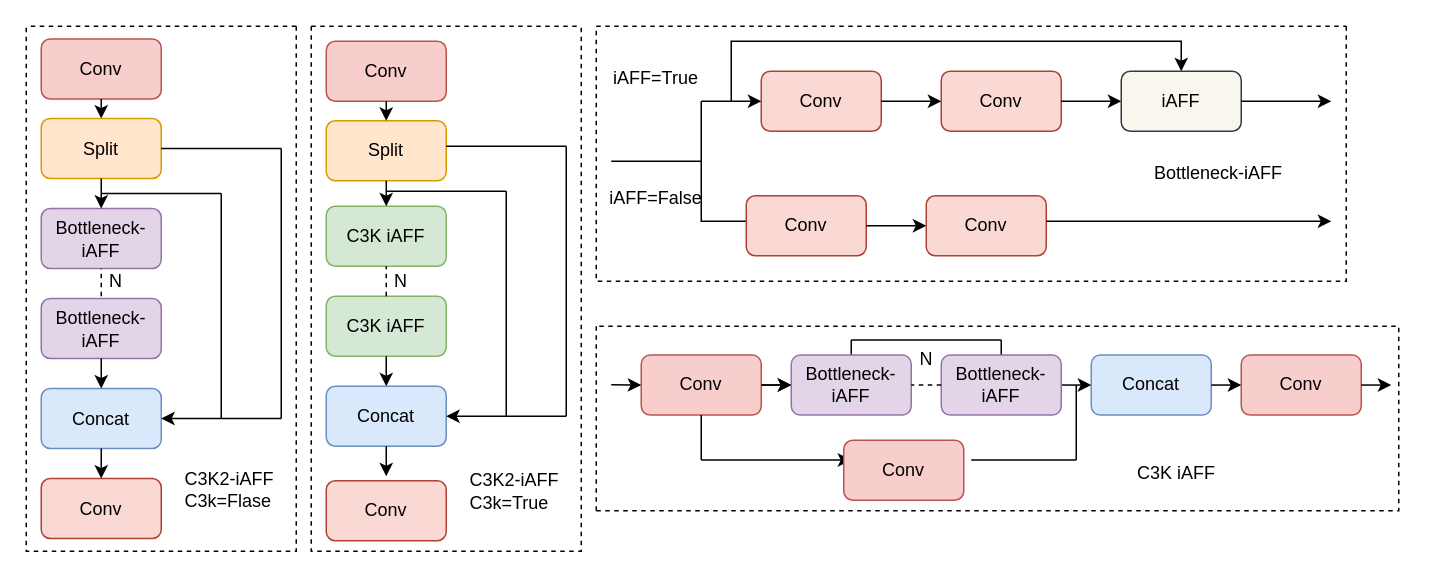
Above: C3K2-iAFF.drawio in lgq622/long (draw.io), before the change. Source tidied: cells renumbered, new cells numbered last; positions are measured from the earlier drawing's top-left corner, leaving out a move shared by most shapes. Both pictures are drawn from the tidied source at 150%, with x=0, y=0 at pixel (26, 26).
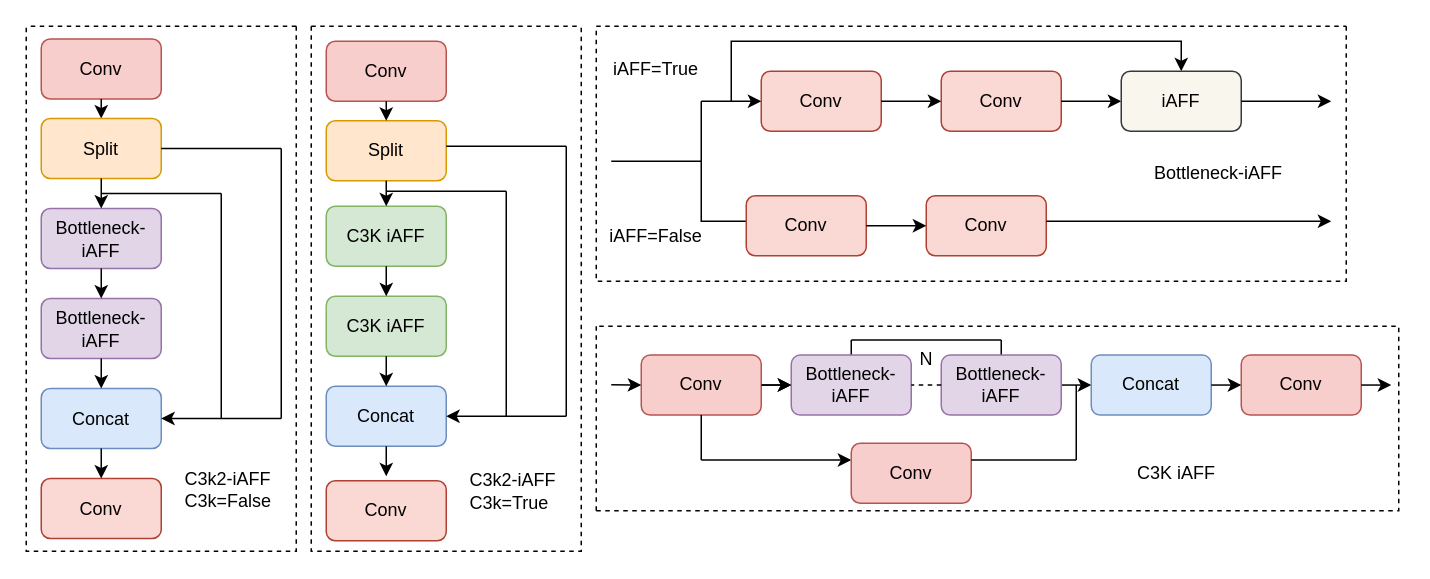
The same page after the edit.

The change refers to these unchanged cells:
```xml
<mxCell id="2" value="Bottleneck-iAFF" style="rounded=1;whiteSpace=wrap;html=1;fillColor=#e1d5e7;strokeColor=#9673a6;" parent="1" vertex="1">
  <mxGeometry x="10" y="121.5" width="80" height="40" as="geometry" />
</mxCell>
<mxCell id="6" value="Bottleneck-iAFF" style="rounded=1;whiteSpace=wrap;html=1;fillColor=#e1d5e7;strokeColor=#9673a6;" parent="1" vertex="1">
  <mxGeometry x="10" y="181.5" width="80" height="40" as="geometry" />
</mxCell>
<mxCell id="20" value="C3K iAFF" style="rounded=1;whiteSpace=wrap;html=1;fillColor=#d5e8d4;strokeColor=#82b366;direction=east;" parent="1" vertex="1">
  <mxGeometry x="200" y="120" width="80" height="40" as="geometry" />
</mxCell>
<mxCell id="22" value="C3K iAFF" style="rounded=1;whiteSpace=wrap;html=1;fillColor=#d5e8d4;strokeColor=#82b366;direction=east;" parent="1" vertex="1">
  <mxGeometry x="200" y="180" width="80" height="40" as="geometry" />
</mxCell>
```

Diff of the diagram source:
```diff
@@
-    <mxCell id="16" value="C3K2-iAFF&lt;div&gt;C3k=Flase&lt;/div&gt;" style="text;strokeColor=none;fillColor=none;align=left;verticalAlign=middle;spacingLeft=4;spacingRight=4;overflow=hidden;whiteSpace=wrap;html=1;" parent="1" vertex="1">
+    <mxCell id="16" value="C3k2-iAFF&lt;div&gt;C3k=False&lt;/div&gt;" style="text;strokeColor=none;fillColor=none;align=left;verticalAlign=middle;spacingLeft=4;spacingRight=4;overflow=hidden;whiteSpace=wrap;html=1;" parent="1" vertex="1">
       <mxGeometry x="100" y="288.5" width="90" height="40" as="geometry" />
     </mxCell>
@@
-    <mxCell id="31" value="C3K2-iAFF&lt;div&gt;C3k=True&lt;/div&gt;" style="text;strokeColor=none;fillColor=none;align=left;verticalAlign=middle;spacingLeft=4;spacingRight=4;overflow=hidden;whiteSpace=wrap;html=1;direction=east;" parent="1" vertex="1">
+    <mxCell id="31" value="C3k2-iAFF&lt;div&gt;C3k=True&lt;/div&gt;" style="text;strokeColor=none;fillColor=none;align=left;verticalAlign=middle;spacingLeft=4;spacingRight=4;overflow=hidden;whiteSpace=wrap;html=1;direction=east;" parent="1" vertex="1">
       <mxGeometry x="290" y="290" width="100" height="40" as="geometry" />
     </mxCell>
@@
     <mxCell id="41" value="Conv" style="rounded=1;whiteSpace=wrap;html=1;fillColor=#f8cecc;strokeColor=#b85450;rotation=0;direction=east;" parent="1" vertex="1">
-      <mxGeometry x="545" y="276" width="80" height="40" as="geometry" />
+      <mxGeometry x="550" y="278" width="80" height="40" as="geometry" />
     </mxCell>
@@
     <mxCell id="68" value="iAFF=True" style="text;html=1;align=center;verticalAlign=middle;whiteSpace=wrap;rounded=0;" parent="1" vertex="1">
-      <mxGeometry x="390" y="20" width="60" height="30" as="geometry" />
+      <mxGeometry x="390" y="13.5" width="60" height="30" as="geometry" />
     </mxCell>
     <mxCell id="69" value="iAFF=False" style="text;html=1;align=center;verticalAlign=middle;whiteSpace=wrap;rounded=0;" parent="1" vertex="1">
-      <mxGeometry x="390" y="100" width="60" height="30" as="geometry" />
+      <mxGeometry x="390" y="125" width="60" height="30" as="geometry" />
     </mxCell>
@@
-    <mxCell id="79" value="N" style="text;html=1;align=center;verticalAlign=middle;whiteSpace=wrap;rounded=0;" parent="1" vertex="1">
-      <mxGeometry x="30" y="150" width="60" height="40" as="geometry" />
-    </mxCell>
@@
-    <mxCell id="81" style="endArrow=none;dashed=1;html=1;rounded=0;entryX=0.5;entryY=1;entryDx=0;entryDy=0;" parent="1" edge="1" target="2">
-      <mxGeometry relative="1" as="geometry">
-        <mxPoint x="50" y="180" as="sourcePoint" />
-      </mxGeometry>
-    </mxCell>
-    <mxCell id="82" style="endArrow=none;dashed=1;html=1;rounded=0;entryX=0.5;entryY=1;entryDx=0;entryDy=0;exitX=0.5;exitY=0;exitDx=0;exitDy=0;" parent="1" edge="1" source="22" target="20">
-      <mxGeometry relative="1" as="geometry" />
-    </mxCell>
-    <mxCell id="83" value="N" style="text;html=1;align=center;verticalAlign=middle;whiteSpace=wrap;rounded=0;" parent="1" vertex="1">
-      <mxGeometry x="220" y="150" width="60" height="40" as="geometry" />
-    </mxCell>
@@
+    <mxCell id="85" style="endArrow=classic;html=1;rounded=0;entryX=0.5;entryY=0;entryDx=0;entryDy=0;exitX=0.5;exitY=1;exitDx=0;exitDy=0;" parent="1" edge="1" source="20" target="22">
+      <mxGeometry relative="1" as="geometry" />
+    </mxCell>
+    <mxCell id="86" style="endArrow=classic;html=1;rounded=0;entryX=0.5;entryY=0;entryDx=0;entryDy=0;exitX=0.5;exitY=1;exitDx=0;exitDy=0;" parent="1" edge="1" source="2" target="6">
+      <mxGeometry relative="1" as="geometry" />
+    </mxCell>
```
